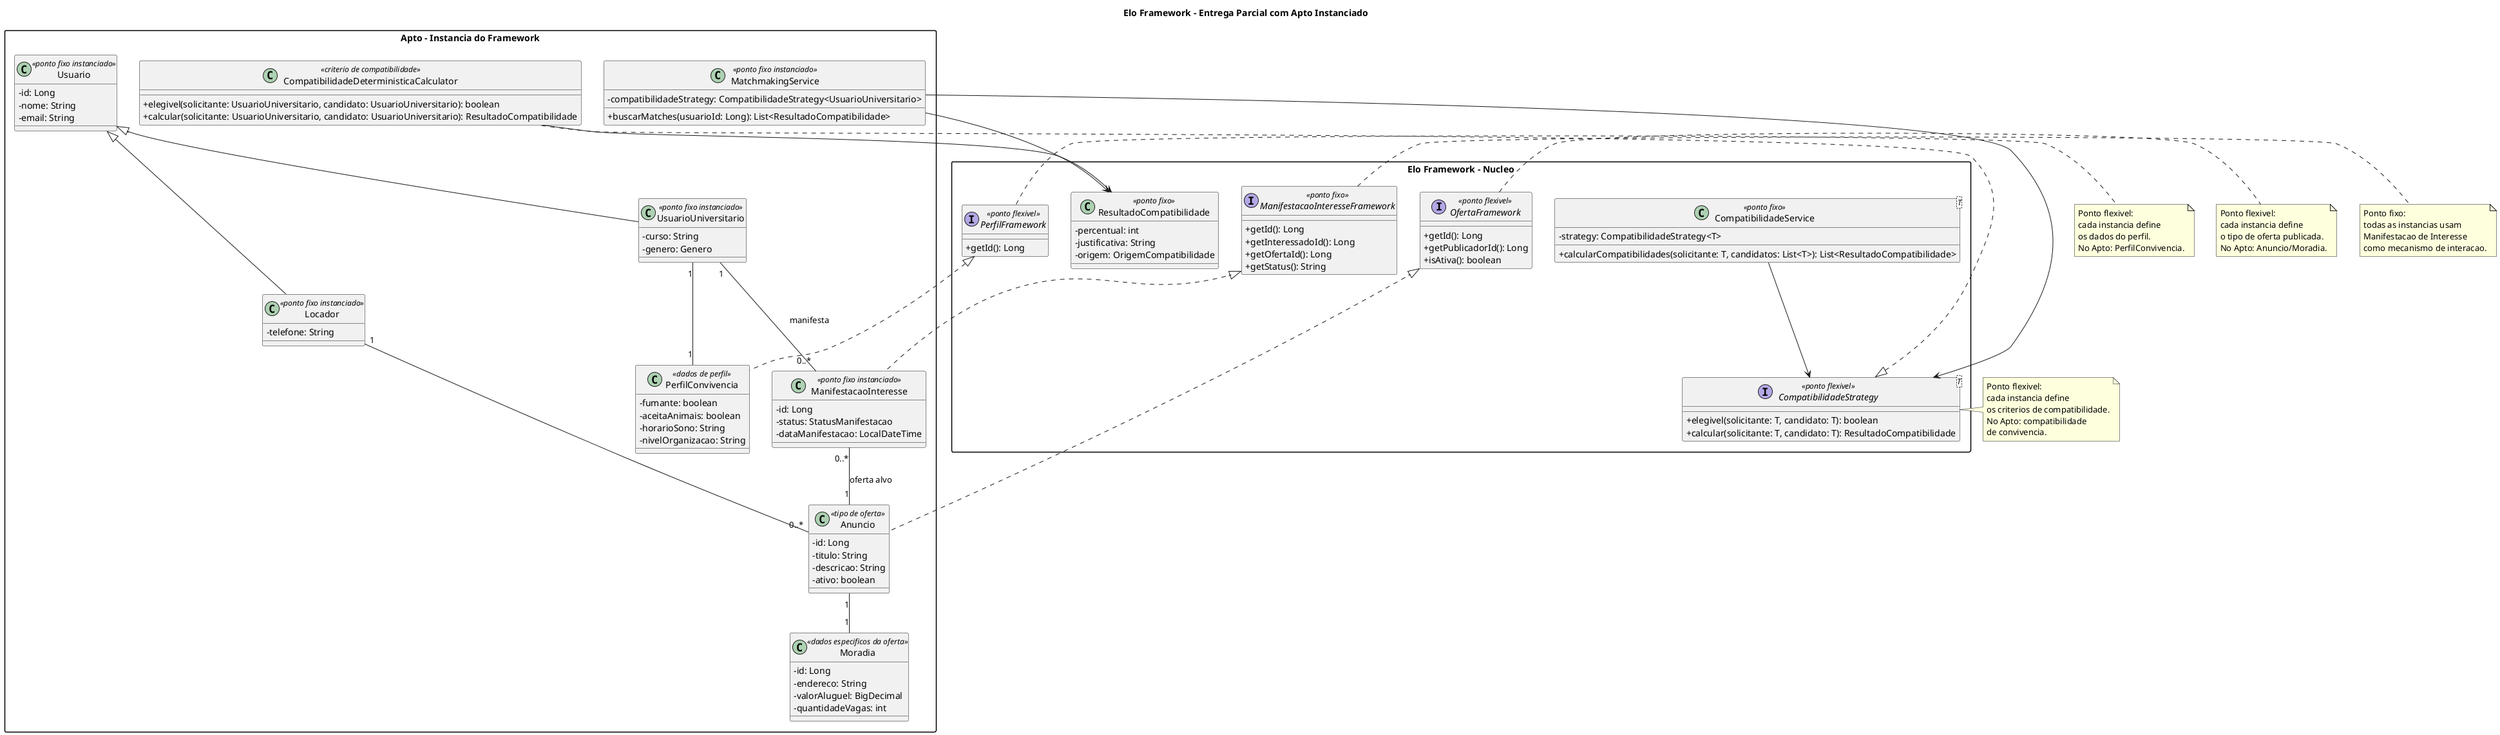
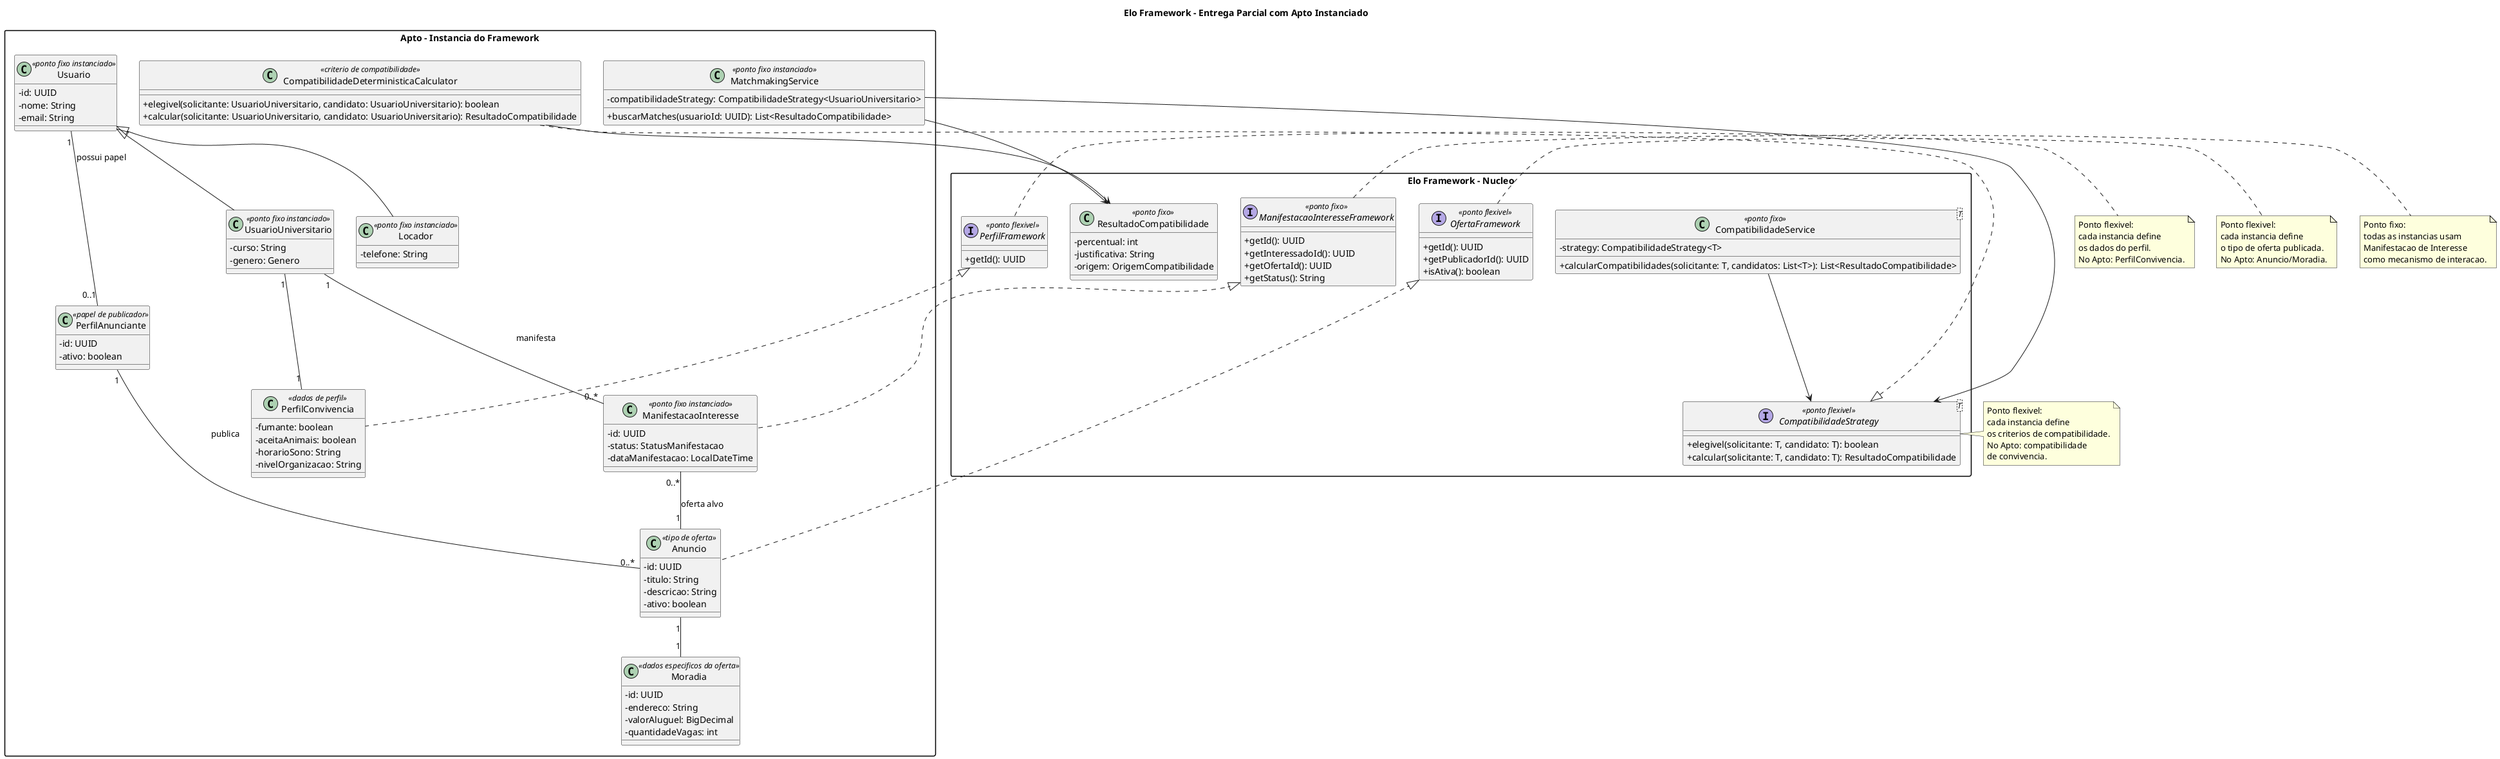
@startuml
title Elo Framework - Entrega Parcial com Apto Instanciado

skinparam packageStyle rectangle
skinparam classAttributeIconSize 0

package "Elo Framework - Nucleo" {

  interface PerfilFramework <<ponto flexivel>> {
-     +getId(): Long
+     +getId(): UUID
  }

  interface OfertaFramework <<ponto flexivel>> {
-     +getId(): Long
-     +getPublicadorId(): Long
+     +getId(): UUID
+     +getPublicadorId(): UUID
    +isAtiva(): boolean
  }

  interface CompatibilidadeStrategy<T> <<ponto flexivel>> {
    +elegivel(solicitante: T, candidato: T): boolean
    +calcular(solicitante: T, candidato: T): ResultadoCompatibilidade
  }

  interface ManifestacaoInteresseFramework <<ponto fixo>> {
-     +getId(): Long
-     +getInteressadoId(): Long
-     +getOfertaId(): Long
+     +getId(): UUID
+     +getInteressadoId(): UUID
+     +getOfertaId(): UUID
    +getStatus(): String
  }

  class ResultadoCompatibilidade <<ponto fixo>> {
    -percentual: int
    -justificativa: String
    -origem: OrigemCompatibilidade
  }

  class CompatibilidadeService<T> <<ponto fixo>> {
    -strategy: CompatibilidadeStrategy<T>
    +calcularCompatibilidades(solicitante: T, candidatos: List<T>): List<ResultadoCompatibilidade>
  }
}

package "Apto - Instancia do Framework" {

  class Usuario <<ponto fixo instanciado>> {
-     -id: Long
+     -id: UUID
    -nome: String
    -email: String
  }

  class UsuarioUniversitario <<ponto fixo instanciado>> {
    -curso: String
    -genero: Genero
  }

  class Locador <<ponto fixo instanciado>> {
    -telefone: String
  }

+   class PerfilAnunciante <<papel de publicador>> {
+     -id: UUID
+     -ativo: boolean
+   }
+ 
  class PerfilConvivencia <<dados de perfil>> {
    -fumante: boolean
    -aceitaAnimais: boolean
    -horarioSono: String
    -nivelOrganizacao: String
  }

  class Anuncio <<tipo de oferta>> {
-     -id: Long
+     -id: UUID
    -titulo: String
    -descricao: String
    -ativo: boolean
  }

  class Moradia <<dados especificos da oferta>> {
-     -id: Long
+     -id: UUID
    -endereco: String
    -valorAluguel: BigDecimal
    -quantidadeVagas: int
  }

  class ManifestacaoInteresse <<ponto fixo instanciado>> {
-     -id: Long
+     -id: UUID
    -status: StatusManifestacao
    -dataManifestacao: LocalDateTime
  }

  class CompatibilidadeDeterministicaCalculator <<criterio de compatibilidade>> {
    +elegivel(solicitante: UsuarioUniversitario, candidato: UsuarioUniversitario): boolean
    +calcular(solicitante: UsuarioUniversitario, candidato: UsuarioUniversitario): ResultadoCompatibilidade
  }

  class MatchmakingService <<ponto fixo instanciado>> {
    -compatibilidadeStrategy: CompatibilidadeStrategy<UsuarioUniversitario>
-     +buscarMatches(usuarioId: Long): List<ResultadoCompatibilidade>
+     +buscarMatches(usuarioId: UUID): List<ResultadoCompatibilidade>
  }
}

Usuario <|-- UsuarioUniversitario
Usuario <|-- Locador

UsuarioUniversitario "1" -- "1" PerfilConvivencia
- Locador "1" -- "0..*" Anuncio
+ Usuario "1" -- "0..1" PerfilAnunciante : possui papel
+ PerfilAnunciante "1" -- "0..*" Anuncio : publica
Anuncio "1" -- "1" Moradia

UsuarioUniversitario "1" -- "0..*" ManifestacaoInteresse : manifesta
ManifestacaoInteresse "0..*" -- "1" Anuncio : oferta alvo

PerfilFramework <|.. PerfilConvivencia
OfertaFramework <|.. Anuncio
ManifestacaoInteresseFramework <|.. ManifestacaoInteresse
CompatibilidadeStrategy <|.. CompatibilidadeDeterministicaCalculator

CompatibilidadeService --> CompatibilidadeStrategy
MatchmakingService --> CompatibilidadeStrategy
MatchmakingService --> ResultadoCompatibilidade
CompatibilidadeDeterministicaCalculator --> ResultadoCompatibilidade

note right of PerfilFramework
Ponto flexivel:
cada instancia define
os dados do perfil.
No Apto: PerfilConvivencia.
end note

note right of OfertaFramework
Ponto flexivel:
cada instancia define
o tipo de oferta publicada.
No Apto: Anuncio/Moradia.
end note

note right of CompatibilidadeStrategy
Ponto flexivel:
cada instancia define
os criterios de compatibilidade.
No Apto: compatibilidade
de convivencia.
end note

note right of ManifestacaoInteresseFramework
Ponto fixo:
todas as instancias usam
Manifestacao de Interesse
como mecanismo de interacao.
end note

@enduml
